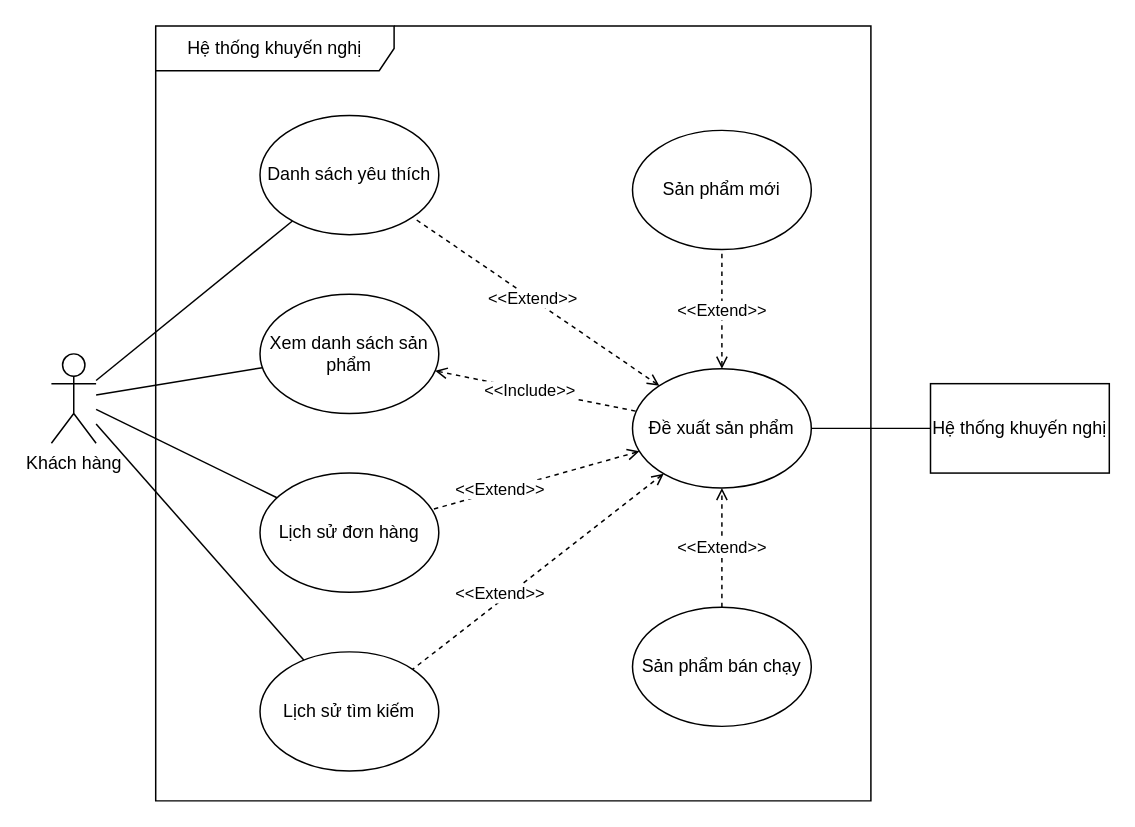
This is page "HeThongKhuyenNghi" (7 of 8) of usecase.drawio from QuangHuy2201/FinalProject-Diagrams, a draw.io file, before an edit. Source tidied: cells renumbered, new cells numbered last; positions are measured from the earlier drawing's top-left corner, leaving out a move shared by most shapes. Both pictures are drawn from the tidied source at 149%, with x=0, y=0 at pixel (51, 25).
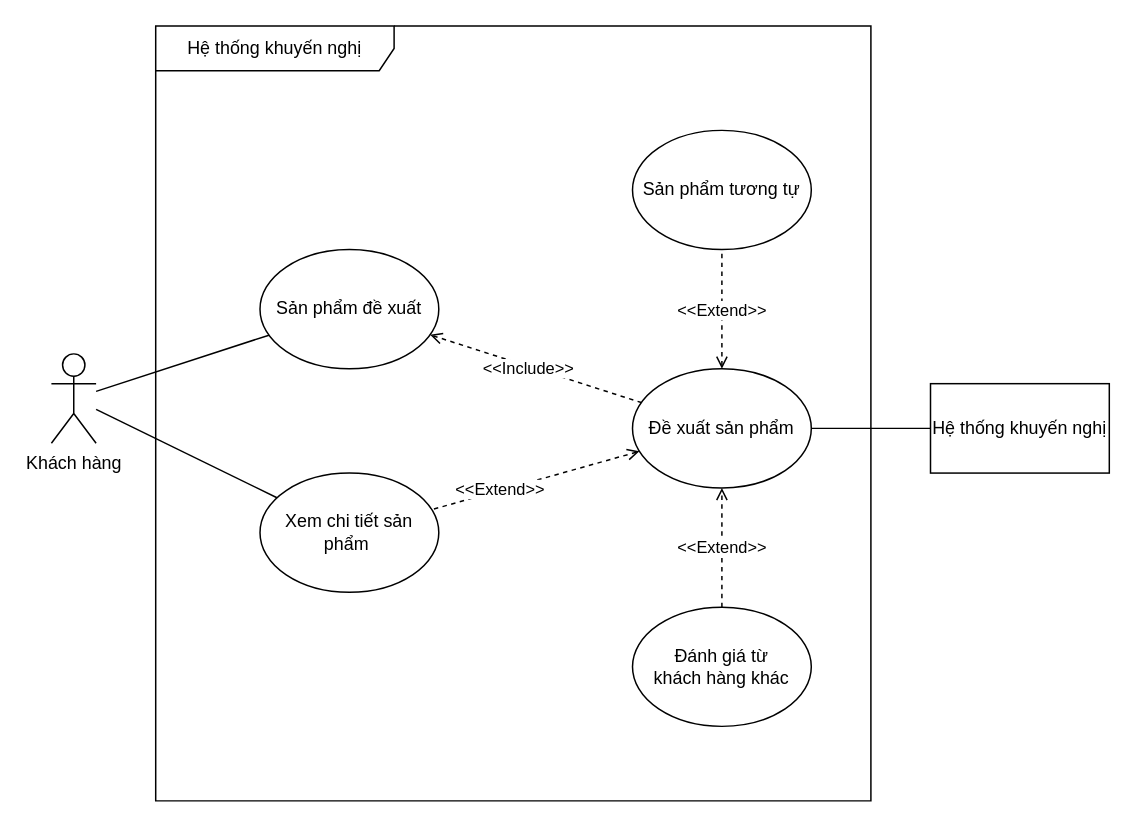
The same page after the edit.

Commit message:
Cập nhật usecase.drawio

Unchanged cells that the change refers to:
```xml
<mxCell id="2" value="Khách hàng" style="shape=umlActor;verticalLabelPosition=bottom;verticalAlign=top;html=1;outlineConnect=0;" parent="1" vertex="1">
  <mxGeometry y="220" width="30" height="60" as="geometry" />
</mxCell>
<mxCell id="21" value="Đề xuất sản phẩm" style="ellipse;whiteSpace=wrap;html=1;" parent="1" vertex="1">
  <mxGeometry x="390" y="230" width="120" height="80" as="geometry" />
</mxCell>
<mxCell id="24" value="Hệ thống khuyến nghị" style="shape=umlFrame;whiteSpace=wrap;html=1;width=160;" parent="1" vertex="1">
  <mxGeometry x="70" width="480" height="520" as="geometry" />
</mxCell>
```

What changed in the source:
```diff
@@
-    <mxCell id="6" value="Xem danh sách sản phẩm" style="ellipse;whiteSpace=wrap;html=1;" parent="1" vertex="1">
-      <mxGeometry x="140" y="180" width="120" height="80" as="geometry" />
-    </mxCell>
-    <mxCell id="7" style="rounded=0;jettySize=auto;html=1;endArrow=none;endFill=0;" parent="1" edge="1" source="8" target="2">
-      <mxGeometry relative="1" as="geometry" />
-    </mxCell>
-    <mxCell id="8" value="Danh sách yêu thích" style="ellipse;whiteSpace=wrap;html=1;" parent="1" vertex="1">
-      <mxGeometry x="140" y="60" width="120" height="80" as="geometry" />
-    </mxCell>
@@
-    <mxCell id="10" value="Lịch sử đơn hàng" style="ellipse;whiteSpace=wrap;html=1;" parent="1" vertex="1">
+    <mxCell id="10" value="Xem chi tiết sản phẩm&amp;nbsp;" style="ellipse;whiteSpace=wrap;html=1;" parent="1" vertex="1">
       <mxGeometry x="140" y="300" width="120" height="80" as="geometry" />
     </mxCell>
-    <mxCell id="11" style="rounded=0;jettySize=auto;html=1;endArrow=none;endFill=0;" parent="1" edge="1" source="12" target="2">
-      <mxGeometry relative="1" as="geometry" />
-    </mxCell>
-    <mxCell id="12" value="Lịch sử tìm kiếm" style="ellipse;whiteSpace=wrap;html=1;" parent="1" vertex="1">
-      <mxGeometry x="140" y="420" width="120" height="80" as="geometry" />
-    </mxCell>
@@
-    <mxCell id="16" style="rounded=0;jettySize=auto;html=1;entryX=1;entryY=0;entryDx=0;entryDy=0;dashed=1;endArrow=none;endFill=0;startArrow=open;startFill=0;" parent="1" edge="1" source="21" target="12">
-      <mxGeometry relative="1" as="geometry" />
-    </mxCell>
-    <mxCell id="17" style="rounded=0;jettySize=auto;html=1;entryX=1;entryY=1;entryDx=0;entryDy=0;dashed=1;endArrow=none;endFill=0;startArrow=open;startFill=0;" parent="1" edge="1" source="21" target="8">
-      <mxGeometry relative="1" as="geometry" />
-    </mxCell>
-    <mxCell id="18" value="&amp;lt;&amp;lt;Extend&amp;gt;&amp;gt;" style="edgeLabel;html=1;align=center;verticalAlign=middle;" parent="17" vertex="1">
-      <mxGeometry x="0.03" relative="1" as="geometry">
-        <mxPoint y="-1" as="offset" />
-      </mxGeometry>
-    </mxCell>
@@
-    <mxCell id="23" value="&amp;lt;&amp;lt;Extend&amp;gt;&amp;gt;" style="edgeLabel;html=1;align=center;verticalAlign=middle;" parent="1" vertex="1">
-      <mxGeometry x="300" y="380" as="geometry" />
-    </mxCell>
@@
-    <mxCell id="25" value="Sản phẩm bán chạy" style="ellipse;whiteSpace=wrap;html=1;" parent="24" vertex="1">
+    <mxCell id="25" value="Đánh giá từ&lt;div&gt;khách hàng khác&lt;/div&gt;" style="ellipse;whiteSpace=wrap;html=1;" parent="24" vertex="1">
       <mxGeometry x="320" y="390" width="120" height="80" as="geometry" />
     </mxCell>
-    <mxCell id="26" value="Sản phẩm mới" style="ellipse;whiteSpace=wrap;html=1;" parent="24" vertex="1">
+    <mxCell id="26" value="Sản phẩm tương tự" style="ellipse;whiteSpace=wrap;html=1;" parent="24" vertex="1">
       <mxGeometry x="320" y="70" width="120" height="80" as="geometry" />
     </mxCell>
+    <mxCell id="6" value="Sản phẩm đề xuất" style="ellipse;whiteSpace=wrap;html=1;" parent="24" vertex="1">
+      <mxGeometry x="70" y="150" width="120" height="80" as="geometry" />
+    </mxCell>
```
